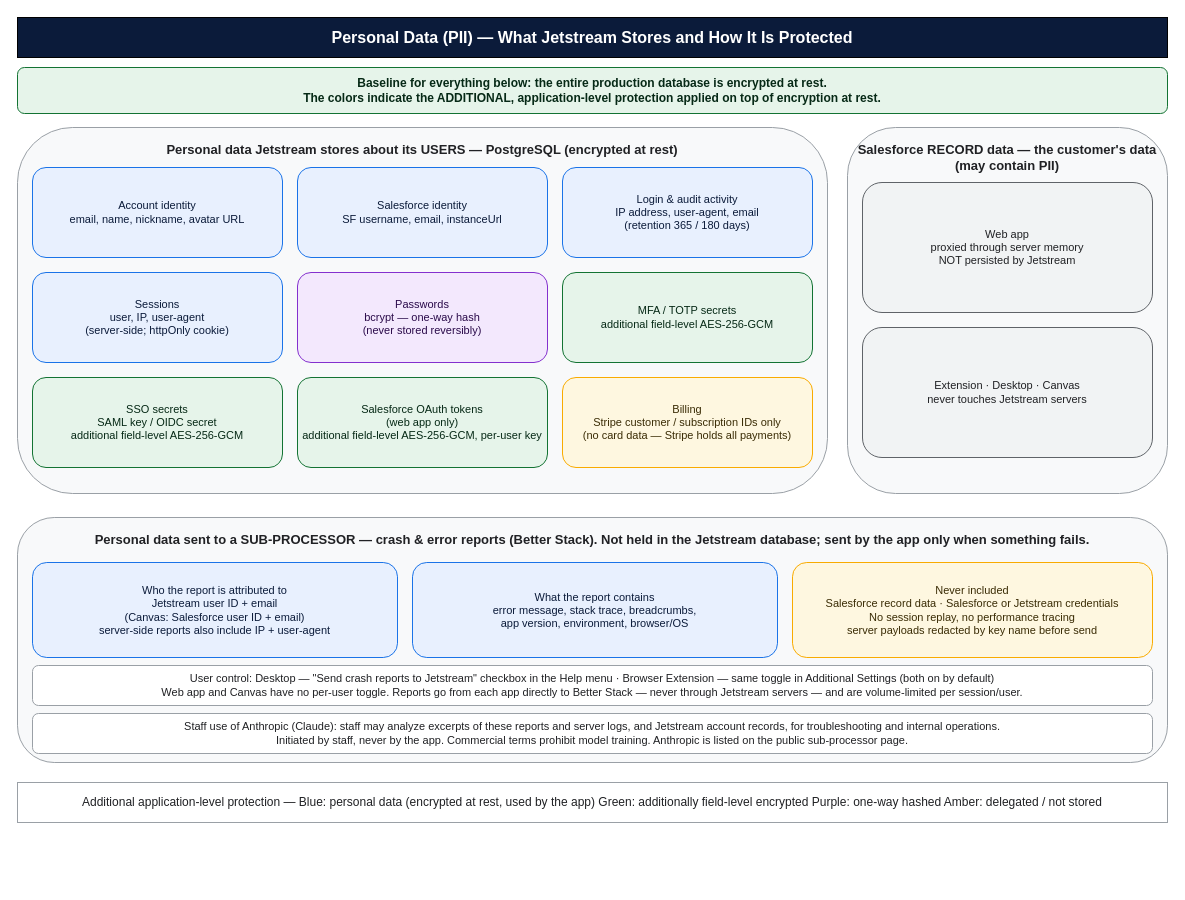
This is docs/security/data-flow-diagrams/02-pii-data-classification.drawio from jetstreamapp/jetstream, a draw.io file, before an edit. Source tidied: cells renumbered, new cells numbered last; positions are measured from the earlier drawing's top-left corner, leaving out a move shared by most shapes. Both pictures are drawn from the tidied source at 100%, with x=0, y=0 at pixel (17, 17).
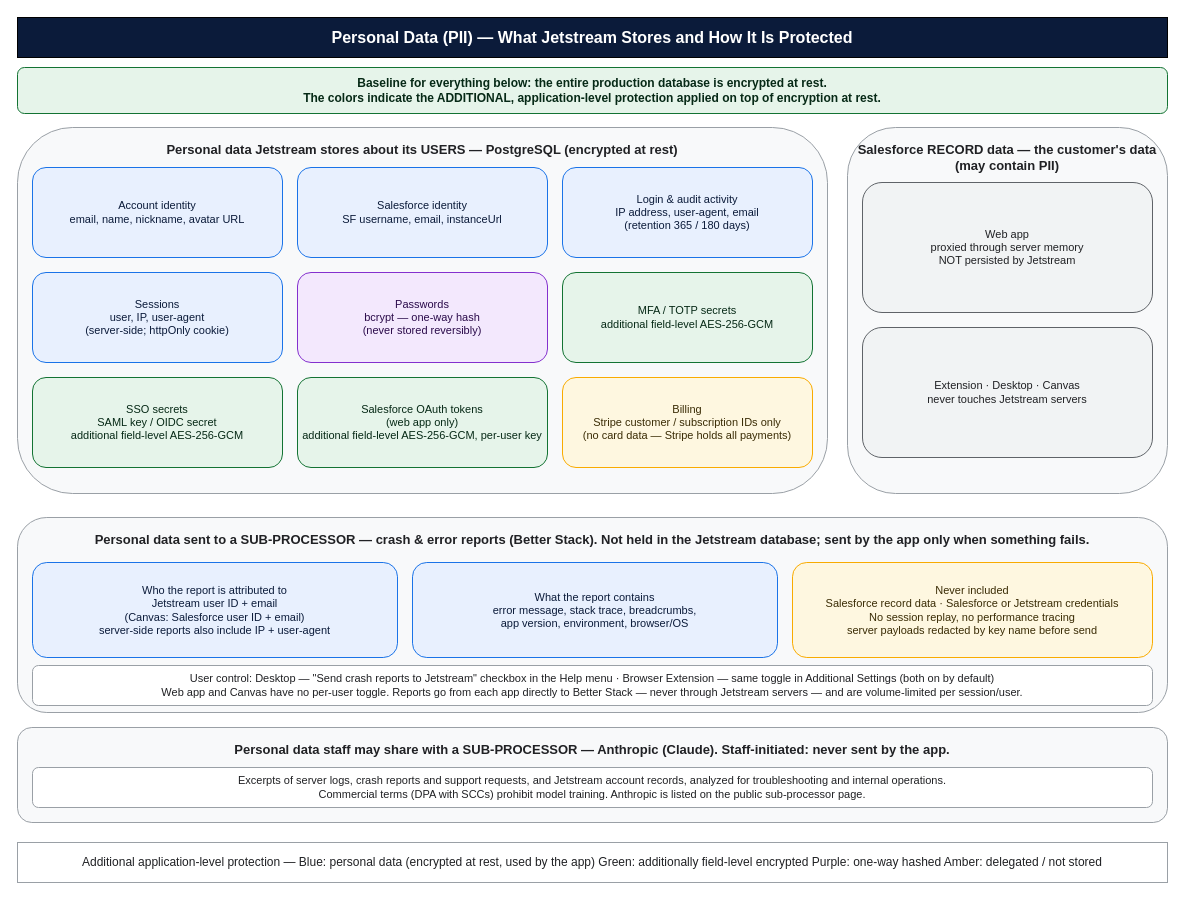
The same page after the edit.

Commit message (it also covers changes not shown here):
docs(security): split out Anthropic inputs and note disabled crash reporting

Diff of the diagram source:
```diff
@@
     <mxCell id="17" value="Personal data sent to a SUB-PROCESSOR — crash &amp; error reports (Better Stack). Not held in the Jetstream database; sent by the app only when something fails." style="rounded=1;whiteSpace=wrap;html=1;fillColor=#f8f9fa;strokeColor=#9aa0a6;fontColor=#202124;fontStyle=1;fontSize=13;align=center;verticalAlign=top;spacingTop=8;" parent="1" vertex="1">
-      <mxGeometry y="500" width="1150" height="245" as="geometry" />
+      <mxGeometry y="500" width="1150" height="195" as="geometry" />
     </mxCell>
@@
-    <mxCell id="22" value="Staff use of Anthropic (Claude):  staff may analyze excerpts of these reports and server logs, and Jetstream account records, for troubleshooting and internal operations.&#10;Initiated by staff, never by the app. Commercial terms prohibit model training. Anthropic is listed on the public sub-processor page." style="rounded=1;whiteSpace=wrap;html=1;fillColor=#ffffff;strokeColor=#9aa0a6;fontColor=#202124;fontSize=11;align=center;verticalAlign=middle;" parent="1" vertex="1">
-      <mxGeometry x="15" y="696" width="1120" height="40" as="geometry" />
-    </mxCell>
+    <mxCell id="24" value="Personal data staff may share with a SUB-PROCESSOR — Anthropic (Claude). Staff-initiated: never sent by the app." style="rounded=1;whiteSpace=wrap;html=1;fillColor=#f8f9fa;strokeColor=#9aa0a6;fontColor=#202124;fontStyle=1;fontSize=13;align=center;verticalAlign=top;spacingTop=8;" parent="1" vertex="1">
+      <mxGeometry y="710" width="1150" height="95" as="geometry" />
+    </mxCell>
+    <mxCell id="25" value="Excerpts of server logs, crash reports and support requests, and Jetstream account records, analyzed for troubleshooting and internal operations.&#10;Commercial terms (DPA with SCCs) prohibit model training. Anthropic is listed on the public sub-processor page." style="rounded=1;whiteSpace=wrap;html=1;fillColor=#ffffff;strokeColor=#9aa0a6;fontColor=#202124;fontSize=11;align=center;verticalAlign=middle;" parent="1" vertex="1">
+      <mxGeometry x="15" y="750" width="1120" height="40" as="geometry" />
+    </mxCell>
     <mxCell id="23" value="Additional application-level protection —   Blue: personal data (encrypted at rest, used by the app)      Green: additionally field-level encrypted      Purple: one-way hashed      Amber: delegated / not stored" style="rounded=0;whiteSpace=wrap;html=1;fillColor=#ffffff;strokeColor=#9aa0a6;fontColor=#202124;fontSize=12;align=center;verticalAlign=middle;" parent="1" vertex="1">
-      <mxGeometry y="765" width="1150" height="40" as="geometry" />
+      <mxGeometry y="825" width="1150" height="40" as="geometry" />
     </mxCell>
```
